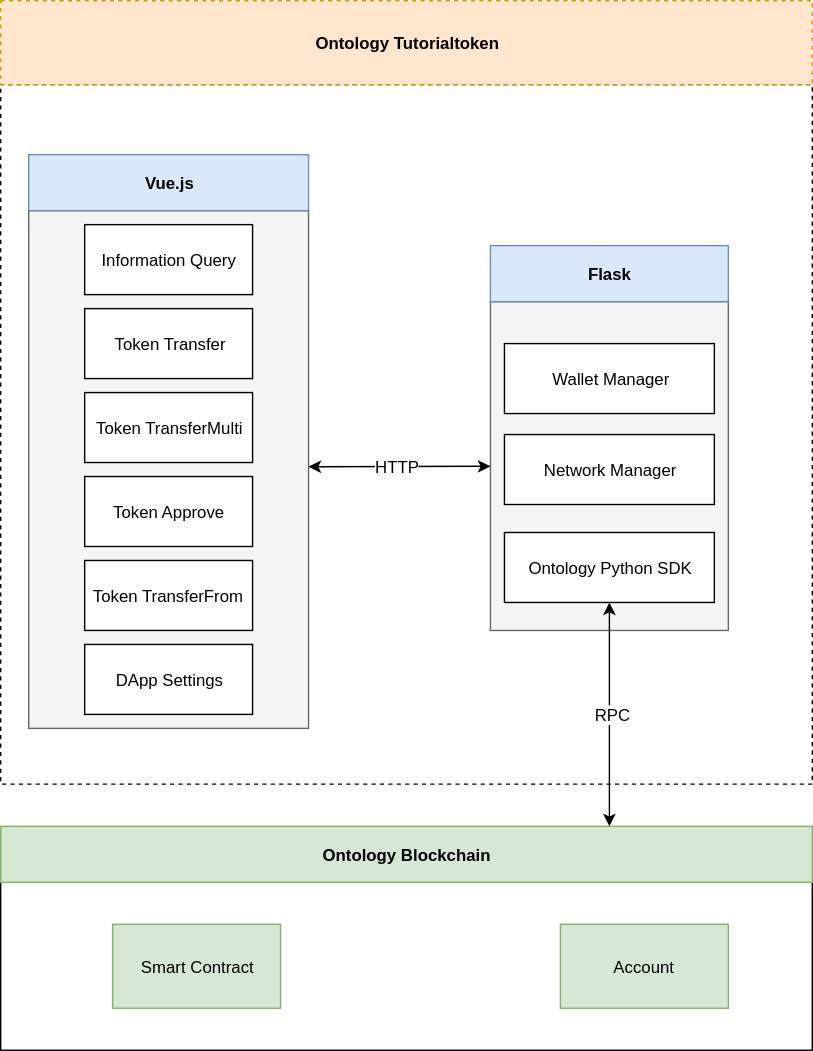
Above: img/ontology-tutorialtoken.svg in NashMiao/ontology-tutorialtoken (draw.io), before the change. Source tidied: cells renumbered, new cells last; positions are measured from the earlier drawing's top-left corner, leaving out a move shared by most shapes.
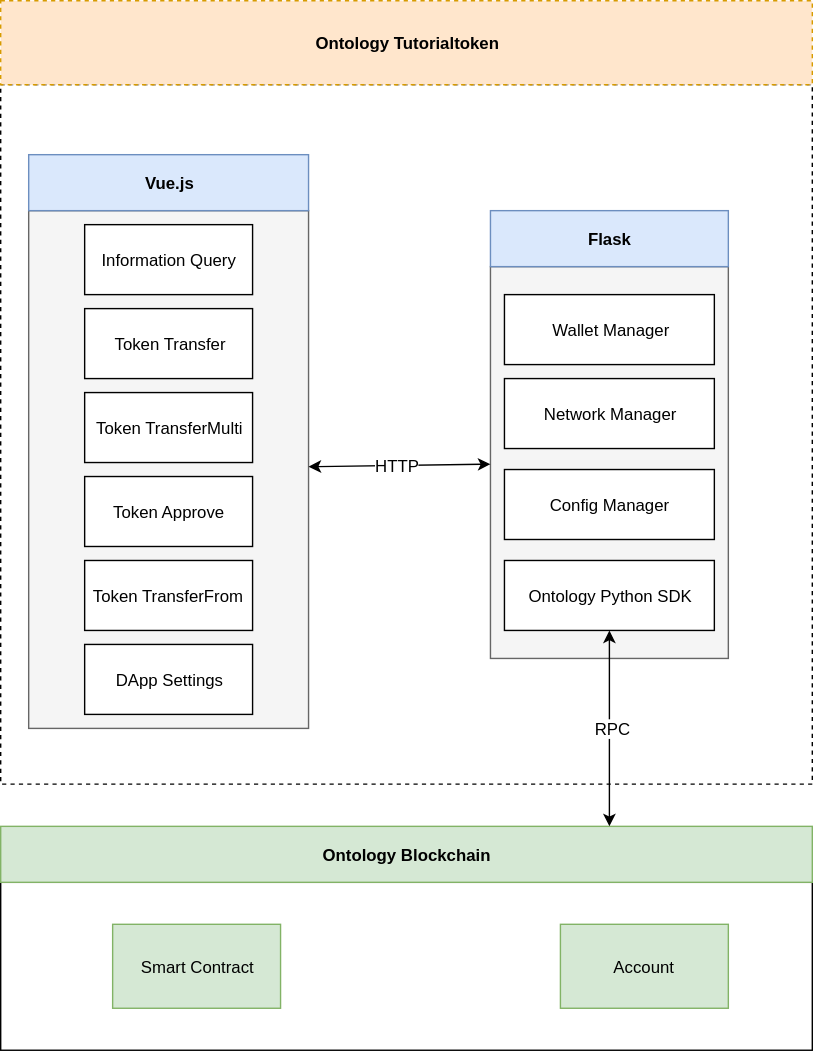
The same file after the commit.

What changed in the source:
```diff
@@ -30,10 +30,10 @@
       <mxGeometry x="60" y="460" width="120" height="50" as="geometry" />
     </mxCell>
     <mxCell id="11" style="rounded=0;whiteSpace=wrap;html=1;fillColor=#f5f5f5;strokeColor=#666666;" parent="1" vertex="1">
-      <mxGeometry x="350" y="215" width="170" height="235" as="geometry" />
+      <mxGeometry x="350" y="190" width="170" height="280" as="geometry" />
     </mxCell>
     <mxCell id="12" value="&lt;b&gt;Flask&lt;/b&gt;" style="rounded=0;whiteSpace=wrap;html=1;fillColor=#dae8fc;strokeColor=#6c8ebf;" parent="1" vertex="1">
-      <mxGeometry x="350" y="175" width="170" height="40" as="geometry" />
+      <mxGeometry x="350" y="150" width="170" height="40" as="geometry" />
     </mxCell>
     <mxCell id="13" style="rounded=0;whiteSpace=wrap;html=1;" parent="1" vertex="1">
       <mxGeometry y="630" width="580" height="120" as="geometry" />
@@ -58,13 +58,13 @@
       </mxGeometry>
     </mxCell>
     <mxCell id="19" value="Wallet Manager" style="rounded=0;whiteSpace=wrap;html=1;" parent="1" vertex="1">
-      <mxGeometry x="360" y="245" width="150" height="50" as="geometry" />
+      <mxGeometry x="360" y="210" width="150" height="50" as="geometry" />
     </mxCell>
     <mxCell id="20" value="Network Manager" style="rounded=0;whiteSpace=wrap;html=1;" parent="1" vertex="1">
-      <mxGeometry x="360" y="310" width="150" height="50" as="geometry" />
+      <mxGeometry x="360" y="270" width="150" height="50" as="geometry" />
     </mxCell>
     <mxCell id="21" value="Ontology Python SDK" style="rounded=0;whiteSpace=wrap;html=1;" parent="1" vertex="1">
-      <mxGeometry x="360" y="380" width="150" height="50" as="geometry" />
+      <mxGeometry x="360" y="400" width="150" height="50" as="geometry" />
     </mxCell>
     <mxCell id="22" style="endArrow=classic;startArrow=classic;html=1;entryX=0.5;entryY=1;exitX=0.75;exitY=0;" parent="1" edge="1" source="14" target="21">
       <mxGeometry relative="1" as="geometry" />
@@ -75,5 +75,8 @@
     <mxCell id="24" value="&lt;b&gt;Ontology Tutorialtoken&lt;/b&gt;" style="rounded=0;whiteSpace=wrap;html=1;dashed=1;fillColor=#ffe6cc;strokeColor=#d79b00;" parent="1" vertex="1">
       <mxGeometry width="580" height="60" as="geometry" />
     </mxCell>
+    <mxCell id="25" value="Config Manager" style="rounded=0;whiteSpace=wrap;html=1;" parent="1" vertex="1">
+      <mxGeometry x="360" y="335" width="150" height="50" as="geometry" />
+    </mxCell>
   </root>
 </mxGraphModel>
```
